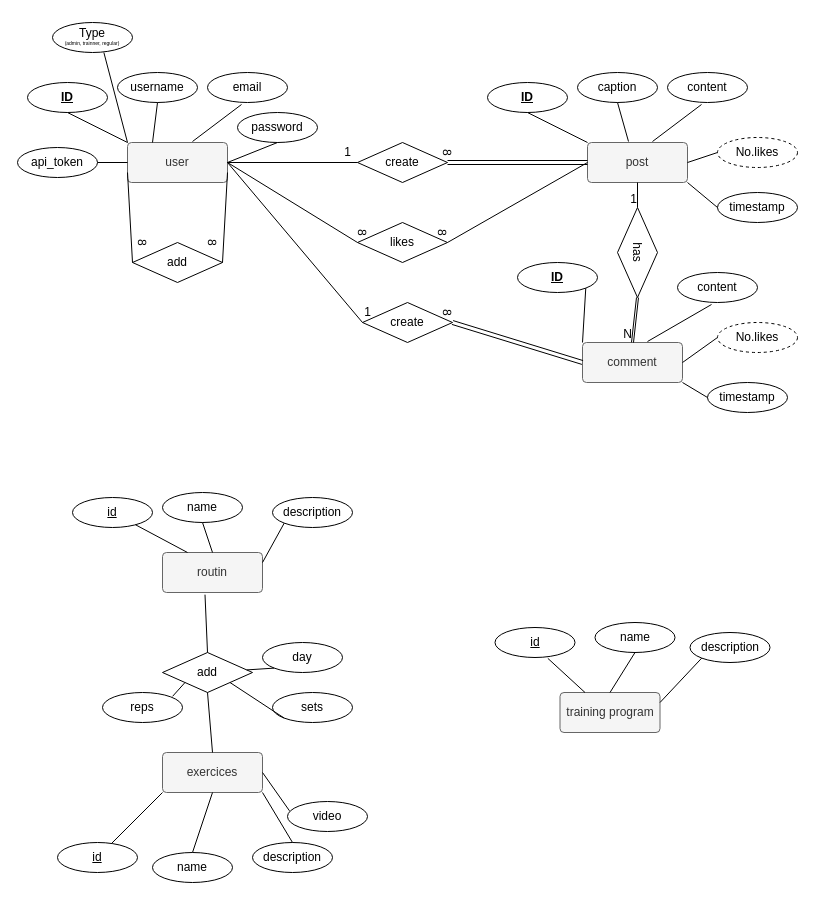
This is ER diagram.drawio from MohammadEssam0/database-related-things, a draw.io file, before an edit. Source tidied: cells renumbered, new cells numbered last; positions are measured from the earlier drawing's top-left corner, leaving out a move shared by most shapes. Both pictures are drawn from the tidied source at 100%, with x=0, y=0 at pixel (17, 22).
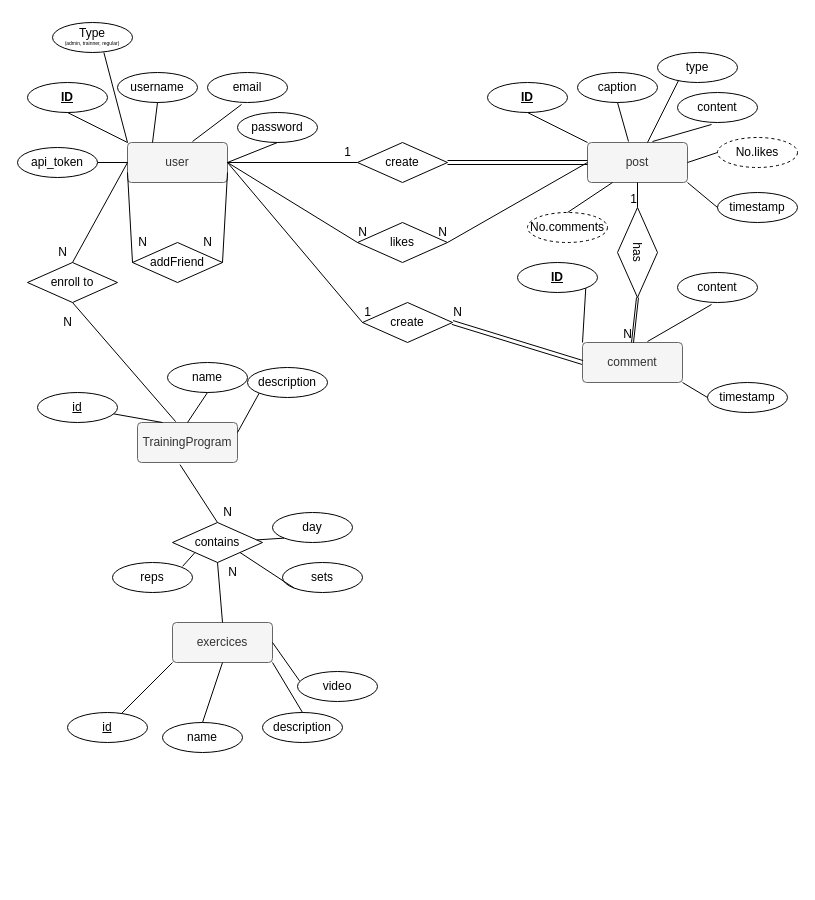
After the change.

The change refers to these unchanged cells:
```xml
<mxCell id="2" value="user" style="rounded=1;arcSize=10;whiteSpace=wrap;html=1;align=center;fillColor=#f5f5f5;fontColor=#333333;strokeColor=#666666;" parent="1" vertex="1">
  <mxGeometry x="110" y="120" width="100" height="40" as="geometry" />
</mxCell>
<mxCell id="13" value="post" style="rounded=1;arcSize=10;whiteSpace=wrap;html=1;align=center;fillColor=#f5f5f5;fontColor=#333333;strokeColor=#666666;" parent="1" vertex="1">
  <mxGeometry x="570" y="120" width="100" height="40" as="geometry" />
</mxCell>
<mxCell id="42" value="comment" style="rounded=1;arcSize=10;whiteSpace=wrap;html=1;align=center;fillColor=#f5f5f5;fontColor=#333333;strokeColor=#666666;" parent="1" vertex="1">
  <mxGeometry x="565" y="320" width="100" height="40" as="geometry" />
</mxCell>
```

What changed in the source:
```diff
@@
     <mxCell id="15" value="content" style="ellipse;whiteSpace=wrap;html=1;align=center;" parent="1" vertex="1">
-      <mxGeometry x="650" y="50" width="80" height="30" as="geometry" />
+      <mxGeometry x="660" y="70" width="80" height="30" as="geometry" />
     </mxCell>
@@
-    <mxCell id="23" value="8" style="text;html=1;align=center;verticalAlign=middle;strokeColor=none;fillColor=none;rotation=91;" parent="1" vertex="1">
-      <mxGeometry x="420" y="120" width="20" height="20" as="geometry" />
-    </mxCell>
-    <mxCell id="24" value="add" style="shape=rhombus;perimeter=rhombusPerimeter;whiteSpace=wrap;html=1;align=center;" parent="1" vertex="1">
+    <mxCell id="24" value="addFriend" style="shape=rhombus;perimeter=rhombusPerimeter;whiteSpace=wrap;html=1;align=center;" parent="1" vertex="1">
       <mxGeometry x="115" y="220" width="90" height="40" as="geometry" />
     </mxCell>
-    <mxCell id="25" value="8" style="text;html=1;align=center;verticalAlign=middle;strokeColor=none;fillColor=none;rotation=91;" parent="1" vertex="1">
-      <mxGeometry x="185" y="210" width="20" height="20" as="geometry" />
-    </mxCell>
-    <mxCell id="26" value="8" style="text;html=1;align=center;verticalAlign=middle;strokeColor=none;fillColor=none;rotation=91;" parent="1" vertex="1">
-      <mxGeometry x="115" y="210" width="20" height="20" as="geometry" />
-    </mxCell>
@@
-    <mxCell id="30" value="8" style="text;html=1;align=center;verticalAlign=middle;strokeColor=none;fillColor=none;rotation=91;" parent="1" vertex="1">
-      <mxGeometry x="420" y="280" width="20" height="20" as="geometry" />
-    </mxCell>
@@
-    <mxCell id="33" value="8" style="text;html=1;align=center;verticalAlign=middle;strokeColor=none;fillColor=none;rotation=91;" parent="1" vertex="1">
+    <mxCell id="33" value="N" style="text;html=1;align=center;verticalAlign=middle;strokeColor=none;fillColor=none;rotation=0;" parent="1" vertex="1">
       <mxGeometry x="415" y="200" width="20" height="20" as="geometry" />
     </mxCell>
-    <mxCell id="34" value="8" style="text;html=1;align=center;verticalAlign=middle;strokeColor=none;fillColor=none;rotation=91;" parent="1" vertex="1">
-      <mxGeometry x="335" y="200" width="20" height="20" as="geometry" />
-    </mxCell>
@@
-    <mxCell id="47" value="No.likes" style="ellipse;whiteSpace=wrap;html=1;align=center;dashed=1;fontSize=12;" parent="1" vertex="1">
-      <mxGeometry x="700" y="300" width="80" height="30" as="geometry" />
-    </mxCell>
-    <mxCell id="48" style="endArrow=none;html=1;rounded=0;fontSize=12;exitX=0;exitY=0.5;exitDx=0;exitDy=0;entryX=1;entryY=0.5;entryDx=0;entryDy=0;" parent="1" edge="1" source="47" target="42">
-      <mxGeometry relative="1" as="geometry" />
-    </mxCell>
@@
-    <mxCell id="60" value="training program" style="rounded=1;arcSize=10;whiteSpace=wrap;html=1;align=center;fillColor=#f5f5f5;fontColor=#333333;strokeColor=#666666;" parent="1" vertex="1">
-      <mxGeometry x="542.5" y="670" width="100" height="40" as="geometry" />
-    </mxCell>
-    <mxCell id="61" value="&lt;u&gt;id&lt;/u&gt;" style="ellipse;whiteSpace=wrap;html=1;align=center;" parent="1" vertex="1">
-      <mxGeometry x="477.5" y="605" width="80" height="30" as="geometry" />
-    </mxCell>
-    <mxCell id="62" style="endArrow=none;html=1;rounded=0;exitX=0.66;exitY=1.028;exitDx=0;exitDy=0;exitPerimeter=0;entryX=0.25;entryY=0;entryDx=0;entryDy=0;" parent="1" edge="1" source="61" target="60">
-      <mxGeometry relative="1" as="geometry" />
-    </mxCell>
-    <mxCell id="63" value="name" style="ellipse;whiteSpace=wrap;html=1;align=center;" parent="1" vertex="1">
-      <mxGeometry x="577.5" y="600" width="80" height="30" as="geometry" />
-    </mxCell>
-    <mxCell id="64" style="endArrow=none;html=1;rounded=0;exitX=0.5;exitY=1;exitDx=0;exitDy=0;entryX=0.5;entryY=0;entryDx=0;entryDy=0;" parent="1" edge="1" source="63" target="60">
-      <mxGeometry relative="1" as="geometry" />
-    </mxCell>
-    <mxCell id="65" value="description" style="ellipse;whiteSpace=wrap;html=1;align=center;" parent="1" vertex="1">
-      <mxGeometry x="672.5" y="610" width="80" height="30" as="geometry" />
-    </mxCell>
-    <mxCell id="66" style="endArrow=none;html=1;rounded=0;exitX=0;exitY=1;exitDx=0;exitDy=0;entryX=1;entryY=0.25;entryDx=0;entryDy=0;" parent="1" edge="1" source="65" target="60">
-      <mxGeometry relative="1" as="geometry" />
-    </mxCell>
-    <mxCell id="67" value="routin" style="rounded=1;arcSize=10;whiteSpace=wrap;html=1;align=center;fillColor=#f5f5f5;fontColor=#333333;strokeColor=#666666;" parent="1" vertex="1">
-      <mxGeometry x="145" y="530" width="100" height="40" as="geometry" />
+    <mxCell id="67" value="&lt;div&gt;TrainingProgram&lt;/div&gt;" style="rounded=1;arcSize=10;whiteSpace=wrap;html=1;align=center;fillColor=#f5f5f5;fontColor=#333333;strokeColor=#666666;" parent="1" vertex="1">
+      <mxGeometry x="120" y="400" width="100" height="40" as="geometry" />
     </mxCell>
     <mxCell id="68" value="&lt;u&gt;id&lt;/u&gt;" style="ellipse;whiteSpace=wrap;html=1;align=center;" parent="1" vertex="1">
-      <mxGeometry x="55" y="475" width="80" height="30" as="geometry" />
+      <mxGeometry x="20" y="370" width="80" height="30" as="geometry" />
     </mxCell>
@@
     <mxCell id="70" value="name" style="ellipse;whiteSpace=wrap;html=1;align=center;" parent="1" vertex="1">
-      <mxGeometry x="145" y="470" width="80" height="30" as="geometry" />
+      <mxGeometry x="150" y="340" width="80" height="30" as="geometry" />
     </mxCell>
@@
     <mxCell id="72" value="description" style="ellipse;whiteSpace=wrap;html=1;align=center;" parent="1" vertex="1">
-      <mxGeometry x="255" y="475" width="80" height="30" as="geometry" />
+      <mxGeometry x="230" y="345" width="80" height="30" as="geometry" />
     </mxCell>
@@
     <mxCell id="74" value="exercices" style="rounded=1;arcSize=10;whiteSpace=wrap;html=1;align=center;fillColor=#f5f5f5;fontColor=#333333;strokeColor=#666666;" parent="1" vertex="1">
-      <mxGeometry x="145" y="730" width="100" height="40" as="geometry" />
+      <mxGeometry x="155" y="600" width="100" height="40" as="geometry" />
     </mxCell>
     <mxCell id="75" value="&lt;u&gt;id&lt;/u&gt;" style="ellipse;whiteSpace=wrap;html=1;align=center;" parent="1" vertex="1">
-      <mxGeometry x="40" y="820" width="80" height="30" as="geometry" />
+      <mxGeometry x="50" y="690" width="80" height="30" as="geometry" />
     </mxCell>
@@
     <mxCell id="77" value="name" style="ellipse;whiteSpace=wrap;html=1;align=center;" parent="1" vertex="1">
-      <mxGeometry x="135" y="830" width="80" height="30" as="geometry" />
+      <mxGeometry x="145" y="700" width="80" height="30" as="geometry" />
     </mxCell>
@@
     <mxCell id="79" value="description" style="ellipse;whiteSpace=wrap;html=1;align=center;" parent="1" vertex="1">
-      <mxGeometry x="235" y="820" width="80" height="30" as="geometry" />
+      <mxGeometry x="245" y="690" width="80" height="30" as="geometry" />
     </mxCell>
@@
     <mxCell id="81" value="video" style="ellipse;whiteSpace=wrap;html=1;align=center;" parent="1" vertex="1">
-      <mxGeometry x="270" y="779" width="80" height="30" as="geometry" />
+      <mxGeometry x="280" y="649" width="80" height="30" as="geometry" />
     </mxCell>
@@
-    <mxCell id="83" value="add" style="shape=rhombus;perimeter=rhombusPerimeter;whiteSpace=wrap;html=1;align=center;" parent="1" vertex="1">
-      <mxGeometry x="145" y="630" width="90" height="40" as="geometry" />
+    <mxCell id="83" value="&lt;div&gt;contains&lt;/div&gt;" style="shape=rhombus;perimeter=rhombusPerimeter;whiteSpace=wrap;html=1;align=center;" parent="1" vertex="1">
+      <mxGeometry x="155" y="500" width="90" height="40" as="geometry" />
     </mxCell>
@@
     <mxCell id="86" value="day" style="ellipse;whiteSpace=wrap;html=1;align=center;" parent="1" vertex="1">
-      <mxGeometry x="245" y="620" width="80" height="30" as="geometry" />
+      <mxGeometry x="255" y="490" width="80" height="30" as="geometry" />
     </mxCell>
@@
     <mxCell id="88" value="sets" style="ellipse;whiteSpace=wrap;html=1;align=center;" parent="1" vertex="1">
-      <mxGeometry x="255" y="670" width="80" height="30" as="geometry" />
+      <mxGeometry x="265" y="540" width="80" height="30" as="geometry" />
     </mxCell>
@@
     <mxCell id="90" value="reps" style="ellipse;whiteSpace=wrap;html=1;align=center;" parent="1" vertex="1">
-      <mxGeometry x="85" y="670" width="80" height="30" as="geometry" />
+      <mxGeometry x="95" y="540" width="80" height="30" as="geometry" />
     </mxCell>
@@
+    <mxCell id="92" value="&lt;div&gt;enroll to&lt;/div&gt;" style="shape=rhombus;perimeter=rhombusPerimeter;whiteSpace=wrap;html=1;align=center;" parent="1" vertex="1">
+      <mxGeometry x="10" y="240" width="90" height="40" as="geometry" />
+    </mxCell>
+    <mxCell id="93" value="No.comments" style="ellipse;whiteSpace=wrap;html=1;align=center;dashed=1;fontSize=12;" parent="1" vertex="1">
+      <mxGeometry x="510" y="190" width="80" height="30" as="geometry" />
+    </mxCell>
+    <mxCell id="94" style="endArrow=none;html=1;rounded=0;entryX=0.25;entryY=1;entryDx=0;entryDy=0;exitX=0.5;exitY=0;exitDx=0;exitDy=0;" parent="1" edge="1" source="93" target="13">
+      <mxGeometry relative="1" as="geometry" />
+    </mxCell>
+    <mxCell id="95" style="endArrow=none;html=1;rounded=0;entryX=0;entryY=0.5;entryDx=0;entryDy=0;exitX=0.5;exitY=0;exitDx=0;exitDy=0;" parent="1" edge="1" source="92" target="2">
+      <mxGeometry relative="1" as="geometry" />
+    </mxCell>
+    <mxCell id="96" style="endArrow=none;html=1;rounded=0;exitX=0.5;exitY=1;exitDx=0;exitDy=0;entryX=0.382;entryY=-0.021;entryDx=0;entryDy=0;entryPerimeter=0;" parent="1" edge="1" source="92" target="67">
+      <mxGeometry relative="1" as="geometry" />
+    </mxCell>
+    <mxCell id="97" value="&lt;div&gt;type&lt;/div&gt;" style="ellipse;whiteSpace=wrap;html=1;align=center;" parent="1" vertex="1">
+      <mxGeometry x="640" y="30" width="80" height="30" as="geometry" />
+    </mxCell>
+    <mxCell id="98" style="endArrow=none;html=1;rounded=0;entryX=0.263;entryY=0.933;entryDx=0;entryDy=0;entryPerimeter=0;" parent="1" edge="1" source="13" target="97">
+      <mxGeometry relative="1" as="geometry" />
+    </mxCell>
+    <mxCell id="99" value="N" style="text;html=1;align=center;verticalAlign=middle;strokeColor=none;fillColor=none;rotation=0;" parent="1" vertex="1">
+      <mxGeometry x="335" y="200" width="20" height="20" as="geometry" />
+    </mxCell>
+    <mxCell id="100" value="N" style="text;html=1;align=center;verticalAlign=middle;strokeColor=none;fillColor=none;rotation=0;" parent="1" vertex="1">
+      <mxGeometry x="430" y="280" width="20" height="20" as="geometry" />
+    </mxCell>
+    <mxCell id="101" value="N" style="text;html=1;align=center;verticalAlign=middle;strokeColor=none;fillColor=none;rotation=0;" parent="1" vertex="1">
+      <mxGeometry x="180" y="210" width="20" height="20" as="geometry" />
+    </mxCell>
+    <mxCell id="102" value="N" style="text;html=1;align=center;verticalAlign=middle;strokeColor=none;fillColor=none;rotation=0;" parent="1" vertex="1">
+      <mxGeometry x="115" y="210" width="20" height="20" as="geometry" />
+    </mxCell>
+    <mxCell id="103" value="N" style="text;html=1;align=center;verticalAlign=middle;strokeColor=none;fillColor=none;rotation=0;" parent="1" vertex="1">
+      <mxGeometry x="35" y="220" width="20" height="20" as="geometry" />
+    </mxCell>
+    <mxCell id="104" value="N" style="text;html=1;align=center;verticalAlign=middle;strokeColor=none;fillColor=none;rotation=0;" parent="1" vertex="1">
+      <mxGeometry x="40" y="290" width="20" height="20" as="geometry" />
+    </mxCell>
+    <mxCell id="105" value="N" style="text;html=1;align=center;verticalAlign=middle;strokeColor=none;fillColor=none;rotation=0;" parent="1" vertex="1">
+      <mxGeometry x="200" y="480" width="20" height="20" as="geometry" />
+    </mxCell>
+    <mxCell id="106" value="N" style="text;html=1;align=center;verticalAlign=middle;strokeColor=none;fillColor=none;rotation=0;" parent="1" vertex="1">
+      <mxGeometry x="205" y="540" width="20" height="20" as="geometry" />
+    </mxCell>
```
